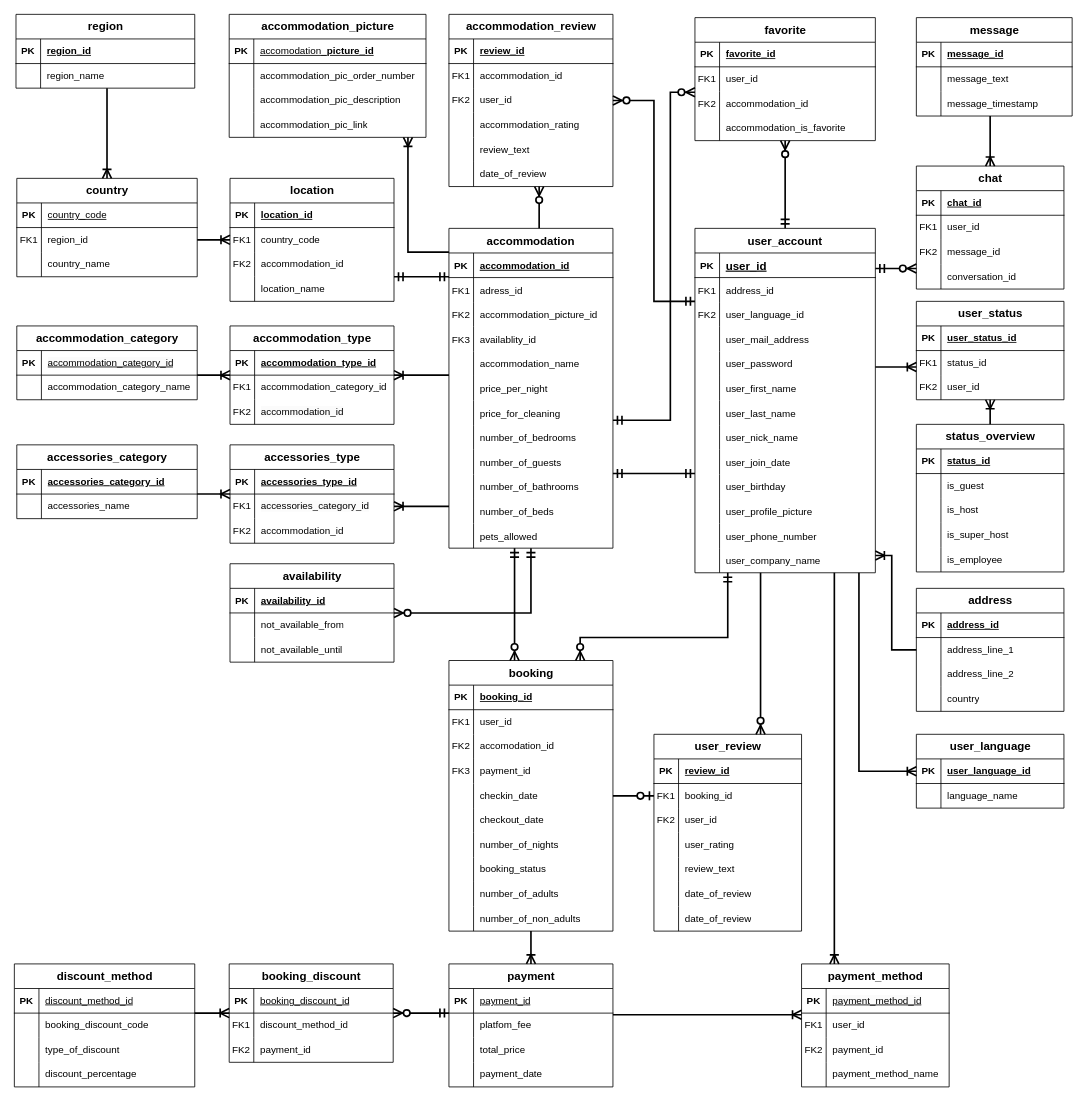
Above: Steffbnb.drawio in DaSteff91/SQL_Repo (draw.io), before the change. Source tidied: cells renumbered, new cells numbered last; positions are measured from the earlier drawing's top-left corner, leaving out a move shared by most shapes. Both pictures are drawn from the tidied source at 82%, with x=0, y=0 at pixel (14, 14).
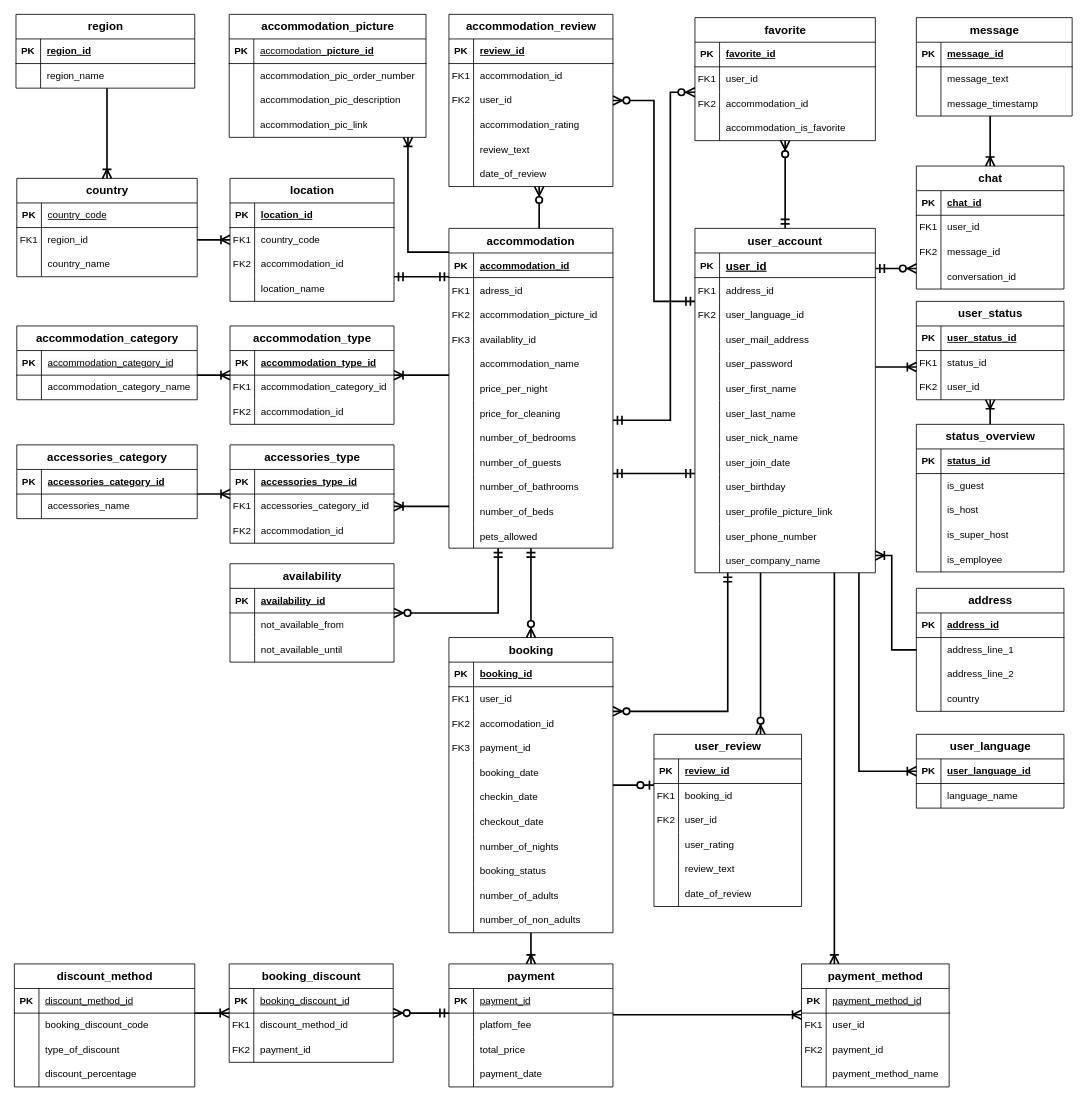
After the change.

Unchanged cells that the change refers to:
```xml
<mxCell id="2" value="user_account" style="shape=table;startSize=30;childLayout=tableLayout;rowLines=0;fontStyle=1;align=center;fontSize=14;resizeLastRow=0;swimlaneHead=1;swimlaneBody=1;horizontal=1;portConstraintRotation=0;noLabel=0;" parent="1" vertex="1">
  <mxGeometry x="830" y="261" width="220" height="420" as="geometry" />
</mxCell>
<mxCell id="33" style="shape=partialRectangle;fillColor=none;top=0;left=0;right=0;bottom=0;" parent="2" vertex="1">
  <mxGeometry y="330" width="220" height="30" as="geometry" />
</mxCell>
<mxCell id="42" value="accommodation" style="shape=table;startSize=30;childLayout=tableLayout;rowLines=0;fontStyle=1;align=center;fontSize=14;" parent="1" vertex="1">
  <mxGeometry x="530" y="261" width="200" height="390" as="geometry" />
</mxCell>
<mxCell id="206" value="availability" style="shape=table;startSize=30;childLayout=tableLayout;rowLines=0;fontStyle=1;align=center;html=1;fontSize=14;" parent="1" vertex="1">
  <mxGeometry x="263" y="670" width="200" height="120" as="geometry" />
</mxCell>
```

What changed in the source:
```diff
@@
-    <mxCell id="35" value="user_profile_picture" style="shape=partialRectangle;overflow=hidden;fillColor=none;top=0;left=0;bottom=0;right=0;align=left;spacingLeft=6;fontSize=12;" parent="33" vertex="1">
+    <mxCell id="35" value="user_profile_picture_link" style="shape=partialRectangle;overflow=hidden;fillColor=none;top=0;left=0;bottom=0;right=0;align=left;spacingLeft=6;fontSize=12;" parent="33" vertex="1">
       <mxGeometry x="30" width="190" height="30" as="geometry" />
     </mxCell>
@@
     <mxCell id="79" value="booking" style="shape=table;startSize=30;childLayout=tableLayout;rowLines=0;fontStyle=1;align=center;html=1;fontSize=14;" parent="1" vertex="1">
-      <mxGeometry x="530" y="788" width="200" height="330" as="geometry" />
+      <mxGeometry x="530" y="760" width="200" height="360" as="geometry" />
     </mxCell>
@@
+    <mxCell id="399" style="shape=tableRow;horizontal=0;startSize=0;swimlaneHead=0;swimlaneBody=0;fillColor=none;top=0;left=0;right=0;bottom=0;" parent="79" vertex="1">
+      <mxGeometry y="150" width="200" height="30" as="geometry" />
+    </mxCell>
+    <mxCell id="236" style="shape=partialRectangle;fillColor=none;top=0;left=0;bottom=0;right=0;overflow=hidden;whiteSpace=wrap;html=1;" parent="399" vertex="1">
+      <mxGeometry width="30" height="30" as="geometry" />
+    </mxCell>
+    <mxCell id="400" value="booking_date" style="shape=partialRectangle;fillColor=none;top=0;left=0;bottom=0;right=0;align=left;spacingLeft=6;overflow=hidden;whiteSpace=wrap;html=1;" parent="399" vertex="1">
+      <mxGeometry x="30" width="170" height="30" as="geometry" />
+    </mxCell>
     <mxCell id="92" style="shape=tableRow;horizontal=0;startSize=0;swimlaneHead=0;swimlaneBody=0;fillColor=none;top=0;left=0;right=0;bottom=0;" parent="79" vertex="1">
-      <mxGeometry y="150" width="200" height="30" as="geometry" />
+      <mxGeometry y="180" width="200" height="30" as="geometry" />
     </mxCell>
@@
     <mxCell id="95" style="shape=tableRow;horizontal=0;startSize=0;swimlaneHead=0;swimlaneBody=0;fillColor=none;top=0;left=0;right=0;bottom=0;" parent="79" vertex="1">
-      <mxGeometry y="180" width="200" height="30" as="geometry" />
+      <mxGeometry y="210" width="200" height="30" as="geometry" />
     </mxCell>
@@
     <mxCell id="98" style="shape=tableRow;horizontal=0;startSize=0;swimlaneHead=0;swimlaneBody=0;fillColor=none;top=0;left=0;right=0;bottom=0;" parent="79" vertex="1">
-      <mxGeometry y="210" width="200" height="30" as="geometry" />
+      <mxGeometry y="240" width="200" height="30" as="geometry" />
     </mxCell>
@@
     <mxCell id="101" style="shape=tableRow;horizontal=0;startSize=0;swimlaneHead=0;swimlaneBody=0;fillColor=none;top=0;left=0;right=0;bottom=0;" parent="79" vertex="1">
-      <mxGeometry y="240" width="200" height="30" as="geometry" />
+      <mxGeometry y="270" width="200" height="30" as="geometry" />
     </mxCell>
@@
     <mxCell id="104" style="shape=tableRow;horizontal=0;startSize=0;swimlaneHead=0;swimlaneBody=0;fillColor=none;top=0;left=0;right=0;bottom=0;" parent="79" vertex="1">
-      <mxGeometry y="270" width="200" height="30" as="geometry" />
+      <mxGeometry y="300" width="200" height="30" as="geometry" />
     </mxCell>
@@
     <mxCell id="107" style="shape=tableRow;horizontal=0;startSize=0;swimlaneHead=0;swimlaneBody=0;fillColor=none;top=0;left=0;right=0;bottom=0;" parent="79" vertex="1">
-      <mxGeometry y="300" width="200" height="30" as="geometry" />
+      <mxGeometry y="330" width="200" height="30" as="geometry" />
     </mxCell>
@@
     <mxCell id="216" value="user_review" style="shape=table;startSize=30;childLayout=tableLayout;rowLines=0;fontStyle=1;align=center;html=1;fontSize=14;" parent="1" vertex="1">
-      <mxGeometry x="780" y="878" width="180" height="240" as="geometry" />
+      <mxGeometry x="780" y="878" width="180" height="210" as="geometry" />
     </mxCell>
@@
-    <mxCell id="235" style="shape=tableRow;horizontal=0;startSize=0;swimlaneHead=0;swimlaneBody=0;fillColor=none;top=0;left=0;right=0;bottom=0;" parent="216" vertex="1">
-      <mxGeometry y="210" width="180" height="30" as="geometry" />
-    </mxCell>
-    <mxCell id="236" style="shape=partialRectangle;fillColor=none;top=0;left=0;bottom=0;right=0;overflow=hidden;whiteSpace=wrap;html=1;" parent="235" vertex="1">
-      <mxGeometry width="30" height="30" as="geometry" />
-    </mxCell>
-    <mxCell id="237" value="date_of_review" style="shape=partialRectangle;fillColor=none;top=0;left=0;bottom=0;right=0;align=left;spacingLeft=6;overflow=hidden;whiteSpace=wrap;html=1;" parent="235" vertex="1">
-      <mxGeometry x="30" width="150" height="30" as="geometry" />
-    </mxCell>
@@
     <mxCell id="273" style="edgeStyle=orthogonalEdgeStyle;fontSize=12;html=1;endArrow=ERzeroToMany;startArrow=ERmandOne;rounded=0;strokeColor=default;strokeWidth=2;align=center;verticalAlign=middle;fontFamily=Helvetica;fontColor=default;labelBackgroundColor=default;startSize=8;endSize=8;" parent="1" edge="1" source="42" target="206">
       <mxGeometry relative="1" as="geometry">
         <Array as="points">
-          <mxPoint x="520" y="730" />
-          <mxPoint x="520" y="730" />
+          <mxPoint x="590" y="730" />
         </Array>
       </mxGeometry>
     </mxCell>
@@
     <mxCell id="397" style="edgeStyle=orthogonalEdgeStyle;fontSize=12;html=1;endArrow=ERzeroToMany;startArrow=ERmandOne;rounded=0;strokeColor=default;strokeWidth=2;align=center;verticalAlign=middle;fontFamily=Helvetica;fontColor=default;labelBackgroundColor=default;startSize=8;endSize=8;" parent="1" edge="1" source="2" target="79">
       <mxGeometry relative="1" as="geometry">
         <Array as="points">
-          <mxPoint x="870" y="760" />
-          <mxPoint x="690" y="760" />
+          <mxPoint x="870" y="850" />
         </Array>
       </mxGeometry>
     </mxCell>
```
